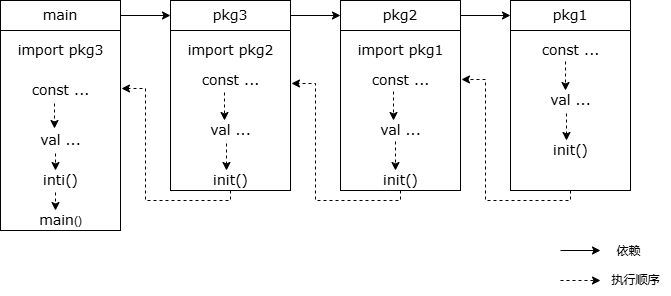
Earlier version of the draw.io export go/go程序初始化顺序.drawio.png (guxdong/imgrepo). Source tidied: cells renumbered, new cells last; positions are measured from the earlier drawing's top-left corner, leaving out a move shared by most shapes.
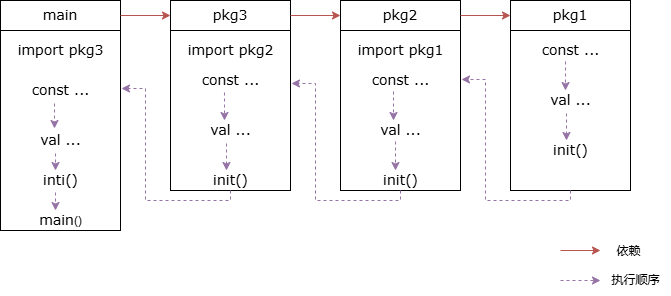
The same file after the commit.

Commit message:
更新go程序初始化顺序.drawio.png

The edit, as a diff of the source:
```diff
@@ -74,65 +74,65 @@
     <mxCell id="25" value="&lt;font style=&quot;font-size: 14px&quot; face=&quot;Verdana&quot;&gt;init()&lt;/font&gt;" style="text;html=1;align=center;verticalAlign=middle;points=[];strokeColor=none;fillColor=none;" parent="1" vertex="1">
       <mxGeometry x="545" y="140" width="50" height="20" as="geometry" />
     </mxCell>
-    <mxCell id="26" style="endArrow=classic;html=1;rounded=0;exitX=1;exitY=0.5;exitDx=0;exitDy=0;" parent="1" edge="1" source="3" target="10">
+    <mxCell id="26" style="endArrow=classic;html=1;rounded=0;exitX=1;exitY=0.5;exitDx=0;exitDy=0;fillColor=#f8cecc;strokeColor=#b85450;" parent="1" edge="1" source="3" target="10">
       <mxGeometry relative="1" as="geometry" />
     </mxCell>
-    <mxCell id="27" style="endArrow=classic;html=1;rounded=0;exitX=1;exitY=0.5;exitDx=0;exitDy=0;" parent="1" edge="1" source="10" target="16">
+    <mxCell id="27" style="endArrow=classic;html=1;rounded=0;exitX=1;exitY=0.5;exitDx=0;exitDy=0;fillColor=#f8cecc;strokeColor=#b85450;" parent="1" edge="1" source="10" target="16">
       <mxGeometry relative="1" as="geometry" />
     </mxCell>
-    <mxCell id="28" style="endArrow=classic;html=1;rounded=0;entryX=0;entryY=0.5;entryDx=0;entryDy=0;exitX=1;exitY=0.5;exitDx=0;exitDy=0;" parent="1" edge="1" source="16" target="22">
+    <mxCell id="28" style="endArrow=classic;html=1;rounded=0;entryX=0;entryY=0.5;entryDx=0;entryDy=0;exitX=1;exitY=0.5;exitDx=0;exitDy=0;fillColor=#f8cecc;strokeColor=#b85450;" parent="1" edge="1" source="16" target="22">
       <mxGeometry relative="1" as="geometry" />
     </mxCell>
-    <mxCell id="29" style="endArrow=classic;html=1;rounded=0;dashed=1;exitX=0.429;exitY=1.05;exitDx=0;exitDy=0;exitPerimeter=0;" parent="1" edge="1" source="23">
+    <mxCell id="29" style="endArrow=classic;html=1;rounded=0;dashed=1;exitX=0.429;exitY=1.05;exitDx=0;exitDy=0;exitPerimeter=0;fillColor=#e1d5e7;strokeColor=#9673a6;" parent="1" edge="1" source="23">
       <mxGeometry relative="1" as="geometry">
         <mxPoint x="565" y="90" as="targetPoint" />
       </mxGeometry>
     </mxCell>
-    <mxCell id="30" style="endArrow=classic;html=1;rounded=0;dashed=1;exitX=0.433;exitY=1.15;exitDx=0;exitDy=0;exitPerimeter=0;entryX=0.42;entryY=0;entryDx=0;entryDy=0;entryPerimeter=0;" parent="1" edge="1" source="24" target="25">
+    <mxCell id="30" style="endArrow=classic;html=1;rounded=0;dashed=1;exitX=0.433;exitY=1.15;exitDx=0;exitDy=0;exitPerimeter=0;entryX=0.42;entryY=0;entryDx=0;entryDy=0;entryPerimeter=0;fillColor=#e1d5e7;strokeColor=#9673a6;" parent="1" edge="1" source="24" target="25">
       <mxGeometry relative="1" as="geometry" />
     </mxCell>
-    <mxCell id="31" style="endArrow=classic;html=1;rounded=0;dashed=1;exitX=0.4;exitY=1.05;exitDx=0;exitDy=0;exitPerimeter=0;" parent="1" edge="1" source="18">
+    <mxCell id="31" style="endArrow=classic;html=1;rounded=0;dashed=1;exitX=0.4;exitY=1.05;exitDx=0;exitDy=0;exitPerimeter=0;fillColor=#e1d5e7;strokeColor=#9673a6;" parent="1" edge="1" source="18">
       <mxGeometry relative="1" as="geometry">
         <mxPoint x="393" y="120" as="targetPoint" />
       </mxGeometry>
     </mxCell>
-    <mxCell id="32" style="endArrow=classic;html=1;rounded=0;dashed=1;exitX=0.433;exitY=1.05;exitDx=0;exitDy=0;exitPerimeter=0;" parent="1" edge="1">
+    <mxCell id="32" style="endArrow=classic;html=1;rounded=0;dashed=1;exitX=0.433;exitY=1.05;exitDx=0;exitDy=0;exitPerimeter=0;fillColor=#e1d5e7;strokeColor=#9673a6;" parent="1" edge="1">
       <mxGeometry relative="1" as="geometry">
         <mxPoint x="395" y="141" as="sourcePoint" />
         <mxPoint x="395" y="170" as="targetPoint" />
       </mxGeometry>
     </mxCell>
-    <mxCell id="33" style="endArrow=classic;html=1;rounded=0;dashed=1;exitX=0.414;exitY=1.1;exitDx=0;exitDy=0;exitPerimeter=0;textDirection=ltr;" parent="1" edge="1" source="12">
+    <mxCell id="33" style="endArrow=classic;html=1;rounded=0;dashed=1;exitX=0.414;exitY=1.1;exitDx=0;exitDy=0;exitPerimeter=0;textDirection=ltr;fillColor=#e1d5e7;strokeColor=#9673a6;" parent="1" edge="1" source="12">
       <mxGeometry relative="1" as="geometry">
         <mxPoint x="224" y="120" as="targetPoint" />
       </mxGeometry>
     </mxCell>
-    <mxCell id="34" style="endArrow=classic;html=1;rounded=0;dashed=1;exitX=0.433;exitY=1.15;exitDx=0;exitDy=0;exitPerimeter=0;" parent="1" edge="1" source="13">
+    <mxCell id="34" style="endArrow=classic;html=1;rounded=0;dashed=1;exitX=0.433;exitY=1.15;exitDx=0;exitDy=0;exitPerimeter=0;fillColor=#e1d5e7;strokeColor=#9673a6;" parent="1" edge="1" source="13">
       <mxGeometry relative="1" as="geometry">
         <mxPoint x="226" y="170" as="targetPoint" />
       </mxGeometry>
     </mxCell>
-    <mxCell id="35" style="endArrow=classic;html=1;rounded=0;dashed=1;exitX=0.414;exitY=1.15;exitDx=0;exitDy=0;exitPerimeter=0;entryX=0.4;entryY=-0.1;entryDx=0;entryDy=0;entryPerimeter=0;" parent="1" edge="1" source="5" target="6">
+    <mxCell id="35" style="endArrow=classic;html=1;rounded=0;dashed=1;exitX=0.414;exitY=1.15;exitDx=0;exitDy=0;exitPerimeter=0;entryX=0.4;entryY=-0.1;entryDx=0;entryDy=0;entryPerimeter=0;fillColor=#e1d5e7;strokeColor=#9673a6;" parent="1" edge="1" source="5" target="6">
       <mxGeometry relative="1" as="geometry" />
     </mxCell>
-    <mxCell id="36" style="endArrow=classic;html=1;rounded=0;dashed=1;exitX=0.417;exitY=1.15;exitDx=0;exitDy=0;exitPerimeter=0;entryX=0.4;entryY=0;entryDx=0;entryDy=0;entryPerimeter=0;" parent="1" edge="1" source="6" target="7">
+    <mxCell id="36" style="endArrow=classic;html=1;rounded=0;dashed=1;exitX=0.417;exitY=1.15;exitDx=0;exitDy=0;exitPerimeter=0;entryX=0.4;entryY=0;entryDx=0;entryDy=0;entryPerimeter=0;fillColor=#e1d5e7;strokeColor=#9673a6;" parent="1" edge="1" source="6" target="7">
       <mxGeometry relative="1" as="geometry" />
     </mxCell>
-    <mxCell id="37" style="endArrow=classic;html=1;rounded=0;dashed=1;exitX=0.4;exitY=1.1;exitDx=0;exitDy=0;exitPerimeter=0;" parent="1" edge="1" source="7">
+    <mxCell id="37" style="endArrow=classic;html=1;rounded=0;dashed=1;exitX=0.4;exitY=1.1;exitDx=0;exitDy=0;exitPerimeter=0;fillColor=#e1d5e7;strokeColor=#9673a6;" parent="1" edge="1" source="7">
       <mxGeometry relative="1" as="geometry">
         <mxPoint x="55" y="210" as="targetPoint" />
       </mxGeometry>
     </mxCell>
-    <mxCell id="38" style="endArrow=classic;html=1;rounded=0;dashed=1;exitX=0.5;exitY=1;exitDx=0;exitDy=0;entryX=1.008;entryY=0.306;entryDx=0;entryDy=0;entryPerimeter=0;edgeStyle=orthogonalEdgeStyle;" parent="1" edge="1" source="21" target="15">
+    <mxCell id="38" style="endArrow=classic;html=1;rounded=0;dashed=1;exitX=0.5;exitY=1;exitDx=0;exitDy=0;entryX=1.008;entryY=0.306;entryDx=0;entryDy=0;entryPerimeter=0;edgeStyle=orthogonalEdgeStyle;fillColor=#e1d5e7;strokeColor=#9673a6;" parent="1" edge="1" source="21" target="15">
       <mxGeometry relative="1" as="geometry" />
     </mxCell>
-    <mxCell id="39" style="endArrow=classic;html=1;rounded=0;dashed=1;edgeStyle=orthogonalEdgeStyle;exitX=0.5;exitY=1;exitDx=0;exitDy=0;entryX=1.008;entryY=0.331;entryDx=0;entryDy=0;entryPerimeter=0;" parent="1" edge="1" source="15" target="9">
+    <mxCell id="39" style="endArrow=classic;html=1;rounded=0;dashed=1;edgeStyle=orthogonalEdgeStyle;exitX=0.5;exitY=1;exitDx=0;exitDy=0;entryX=1.008;entryY=0.331;entryDx=0;entryDy=0;entryPerimeter=0;fillColor=#e1d5e7;strokeColor=#9673a6;" parent="1" edge="1" source="15" target="9">
       <mxGeometry relative="1" as="geometry" />
     </mxCell>
-    <mxCell id="40" style="endArrow=classic;html=1;rounded=0;dashed=1;edgeStyle=orthogonalEdgeStyle;exitX=0.5;exitY=1;exitDx=0;exitDy=0;entryX=1.008;entryY=0.29;entryDx=0;entryDy=0;entryPerimeter=0;" parent="1" edge="1" source="9" target="2">
+    <mxCell id="40" style="endArrow=classic;html=1;rounded=0;dashed=1;edgeStyle=orthogonalEdgeStyle;exitX=0.5;exitY=1;exitDx=0;exitDy=0;entryX=1.008;entryY=0.29;entryDx=0;entryDy=0;entryPerimeter=0;fillColor=#e1d5e7;strokeColor=#9673a6;" parent="1" edge="1" source="9" target="2">
       <mxGeometry relative="1" as="geometry" />
     </mxCell>
-    <mxCell id="41" style="endArrow=classic;html=1;rounded=0;" parent="1" edge="1">
+    <mxCell id="41" style="endArrow=classic;html=1;rounded=0;fillColor=#f8cecc;strokeColor=#b85450;" parent="1" edge="1">
       <mxGeometry relative="1" as="geometry">
         <mxPoint x="560" y="250" as="sourcePoint" />
         <mxPoint x="600" y="250" as="targetPoint" />
@@ -141,7 +141,7 @@
     <mxCell id="42" value="依赖" style="text;html=1;align=center;verticalAlign=middle;strokeColor=none;fillColor=none;" parent="1" vertex="1">
       <mxGeometry x="603" y="236" width="50" height="30" as="geometry" />
     </mxCell>
-    <mxCell id="43" style="endArrow=classic;html=1;rounded=0;dashed=1;" parent="1" edge="1">
+    <mxCell id="43" style="endArrow=classic;html=1;rounded=0;dashed=1;fillColor=#e1d5e7;strokeColor=#9673a6;" parent="1" edge="1">
       <mxGeometry relative="1" as="geometry">
         <mxPoint x="560" y="280" as="sourcePoint" />
         <mxPoint x="600" y="280" as="targetPoint" />
```
